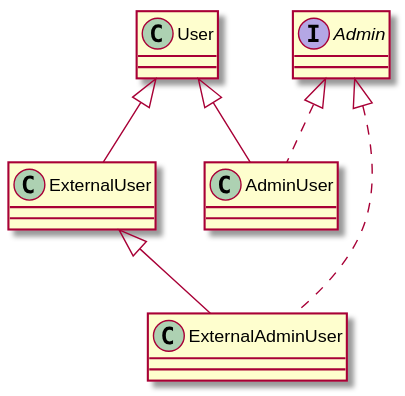
Earlier version of the PlantUML export assets/mixin-diamond-2.svg (hsro-inf-prg3/hsro-inf-prg3.github.io).
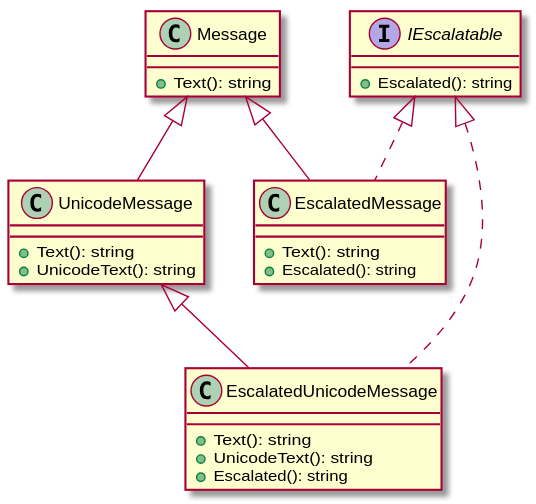
Above is the later version.

Change to the diagram source:
```diff
@@ -1,23 +1,27 @@
 @startuml mixin-diamond-2
 
-class User {
-
+class Message {
+	+Text(): string
 }
 
-interface Admin {
-
+interface IEscalatable {
+	+Escalated(): string
 }
 
-class AdminUser extends User implements Admin {
-
+class EscalatedMessage extends Message implements IEscalatable{
+	+Text(): string
+	+Escalated(): string
 }
 
-class ExternalUser extends User {
-
+class UnicodeMessage extends Message {
+	+Text(): string
+	+UnicodeText(): string
 }
 
-class ExternalAdminUser extends ExternalUser implements Admin {
-
+class EscalatedUnicodeMessage extends UnicodeMessage implements IEscalatable {
+	+Text(): string
+	+UnicodeText(): string
+	+Escalated(): string
 }
 
 @enduml
```
